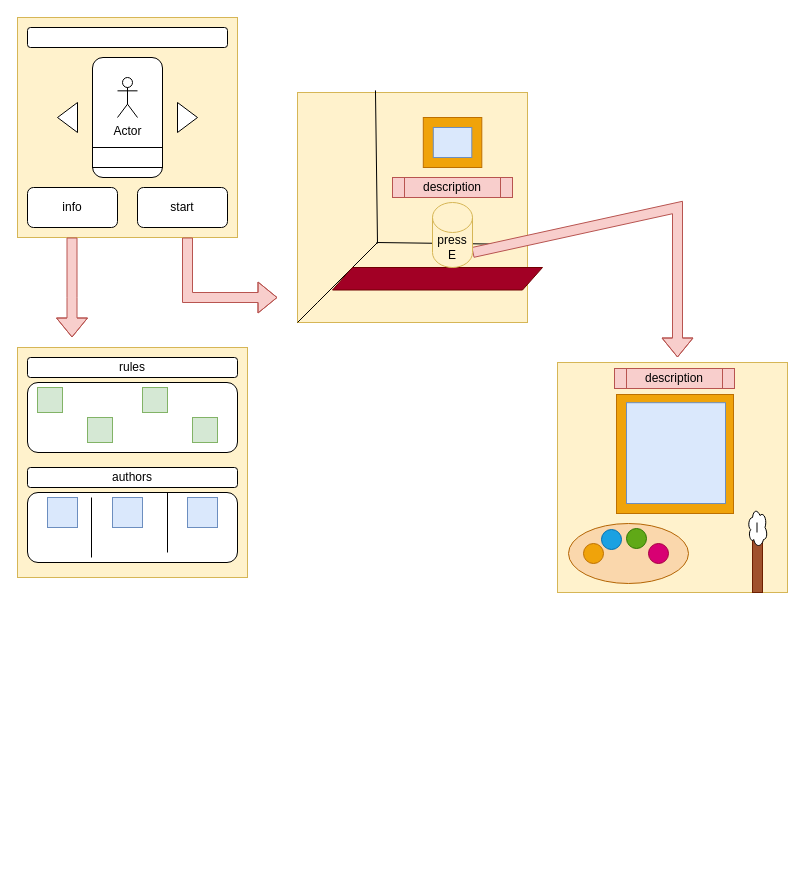
Earlier version of the draw.io diagram Untitled Diagram.drawio (MarusovAlexei/Acon). Source tidied: cells renumbered, new cells numbered last; positions are measured from the earlier drawing's top-left corner, leaving out a move shared by most shapes. Both pictures are drawn from the tidied source at 100%, with x=0, y=0 at pixel (17, 17).
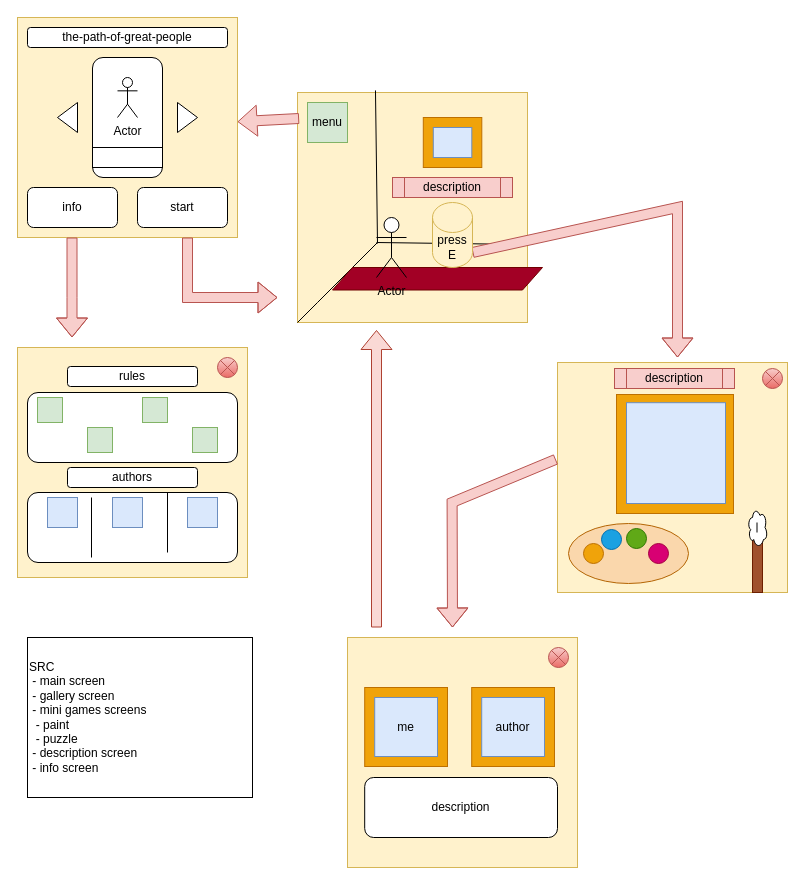
The same diagram, later.

The change refers to these unchanged cells:
```xml
<mxCell id="2" style="whiteSpace=wrap;html=1;fillColor=#fff2cc;strokeColor=#d6b656;" parent="1" vertex="1">
  <mxGeometry width="220" height="220" as="geometry" />
</mxCell>
<mxCell id="14" style="whiteSpace=wrap;html=1;fillColor=#fff2cc;strokeColor=#d6b656;" parent="1" vertex="1">
  <mxGeometry x="280" y="75" width="230" height="230" as="geometry" />
</mxCell>
<mxCell id="34" style="whiteSpace=wrap;html=1;fillColor=#fff2cc;strokeColor=#d6b656;" parent="1" vertex="1">
  <mxGeometry x="540" y="345" width="230" height="230" as="geometry" />
</mxCell>
```

Diff of the diagram source:
```diff
@@
-    <mxCell id="4" style="rounded=1;whiteSpace=wrap;html=1;" parent="1" vertex="1">
+    <mxCell id="4" value="the-path-of-great-people" style="rounded=1;whiteSpace=wrap;html=1;" parent="1" vertex="1">
       <mxGeometry x="10" y="10" width="200" height="20" as="geometry" />
     </mxCell>
@@
     <mxCell id="15" style="rounded=1;whiteSpace=wrap;html=1;" parent="1" vertex="1">
-      <mxGeometry x="10" y="365" width="210" height="70" as="geometry" />
+      <mxGeometry x="10" y="375" width="210" height="70" as="geometry" />
     </mxCell>
@@
     <mxCell id="22" value="authors" style="rounded=1;whiteSpace=wrap;html=1;" parent="1" vertex="1">
-      <mxGeometry x="10" y="450" width="210" height="20" as="geometry" />
+      <mxGeometry x="50" y="450" width="130" height="20" as="geometry" />
     </mxCell>
     <mxCell id="23" value="rules" style="rounded=1;whiteSpace=wrap;html=1;" parent="1" vertex="1">
-      <mxGeometry x="10" y="340" width="210" height="20" as="geometry" />
+      <mxGeometry x="50" y="349" width="130" height="20" as="geometry" />
     </mxCell>
-    <mxCell id="24" style="whiteSpace=wrap;html=1;fillColor=#d5e8d4;strokeColor=#82b366;" parent="1" vertex="1">
-      <mxGeometry x="20" y="370" width="25" height="25" as="geometry" />
-    </mxCell>
-    <mxCell id="25" style="whiteSpace=wrap;html=1;fillColor=#d5e8d4;strokeColor=#82b366;" parent="1" vertex="1">
-      <mxGeometry x="70" y="400" width="25" height="25" as="geometry" />
-    </mxCell>
     <mxCell id="26" style="whiteSpace=wrap;html=1;fillColor=#d5e8d4;strokeColor=#82b366;" parent="1" vertex="1">
-      <mxGeometry x="125" y="370" width="25" height="25" as="geometry" />
+      <mxGeometry x="125" y="380" width="25" height="25" as="geometry" />
     </mxCell>
     <mxCell id="27" style="whiteSpace=wrap;html=1;fillColor=#d5e8d4;strokeColor=#82b366;" parent="1" vertex="1">
-      <mxGeometry x="175" y="400" width="25" height="25" as="geometry" />
+      <mxGeometry x="175" y="410" width="25" height="25" as="geometry" />
     </mxCell>
@@
+    <mxCell id="50" value="SRC&amp;nbsp;&lt;br&gt;&lt;span style=&quot;&quot;&gt; &lt;/span&gt;&lt;span style=&quot;white-space: pre;&quot;&gt; &lt;/span&gt;- main screen&lt;br&gt;&lt;span style=&quot;&quot;&gt; &lt;/span&gt;&lt;span style=&quot;white-space: pre;&quot;&gt; &lt;/span&gt;-&amp;nbsp;gallery screen&lt;br&gt;&lt;span style=&quot;white-space: pre;&quot;&gt; &lt;/span&gt;- mini games screens&lt;br&gt;&lt;span style=&quot;white-space: pre;&quot;&gt; &lt;/span&gt;&lt;span style=&quot;white-space: pre;&quot;&gt; &lt;/span&gt;- paint&lt;br&gt;&lt;span style=&quot;white-space: pre;&quot;&gt; &lt;/span&gt;&lt;span style=&quot;white-space: pre;&quot;&gt; &lt;/span&gt;- puzzle&lt;br&gt;&lt;span style=&quot;white-space: pre;&quot;&gt; &lt;/span&gt;- description screen&lt;br&gt;&lt;span style=&quot;white-space: pre;&quot;&gt; &lt;/span&gt;- info screen" style="rounded=0;whiteSpace=wrap;html=1;align=left;" parent="1" vertex="1">
+      <mxGeometry x="10" y="620" width="225" height="160" as="geometry" />
+    </mxCell>
+    <mxCell id="51" value="Actor" style="shape=umlActor;verticalLabelPosition=bottom;verticalAlign=top;html=1;" parent="1" vertex="1">
+      <mxGeometry x="359" y="200" width="30" height="60" as="geometry" />
+    </mxCell>
+    <mxCell id="52" style="shape=flexArrow;endArrow=classic;html=1;rounded=0;fillColor=#f8cecc;strokeColor=#b85450;exitX=-0.007;exitY=0.421;exitDx=0;exitDy=0;exitPerimeter=0;" parent="1" edge="1" source="34">
+      <mxGeometry relative="1" as="geometry">
+        <mxPoint x="435" y="610" as="targetPoint" />
+        <Array as="points">
+          <mxPoint x="434.6" y="485" />
+        </Array>
+      </mxGeometry>
+    </mxCell>
+    <mxCell id="53" style="whiteSpace=wrap;html=1;fillColor=#fff2cc;strokeColor=#d6b656;" parent="1" vertex="1">
+      <mxGeometry x="330" y="620" width="230" height="230" as="geometry" />
+    </mxCell>
+    <mxCell id="54" style="rounded=0;whiteSpace=wrap;html=1;fillColor=#f0a30a;strokeColor=#BD7000;fontColor=#000000;" parent="1" vertex="1">
+      <mxGeometry x="347.2" y="670" width="82.8" height="79" as="geometry" />
+    </mxCell>
+    <mxCell id="55" value="me" style="rounded=0;whiteSpace=wrap;html=1;fillColor=#dae8fc;strokeColor=#6c8ebf;" parent="1" vertex="1">
+      <mxGeometry x="357.2" y="680" width="62.8" height="59" as="geometry" />
+    </mxCell>
+    <mxCell id="56" style="rounded=0;whiteSpace=wrap;html=1;fillColor=#f0a30a;strokeColor=#BD7000;fontColor=#000000;" parent="1" vertex="1">
+      <mxGeometry x="454.2" y="670" width="82.8" height="79" as="geometry" />
+    </mxCell>
+    <mxCell id="57" value="author" style="rounded=0;whiteSpace=wrap;html=1;fillColor=#dae8fc;strokeColor=#6c8ebf;" parent="1" vertex="1">
+      <mxGeometry x="464.2" y="680" width="62.8" height="59" as="geometry" />
+    </mxCell>
+    <mxCell id="58" value="description" style="rounded=1;whiteSpace=wrap;html=1;" parent="1" vertex="1">
+      <mxGeometry x="347.2" y="760" width="192.8" height="60" as="geometry" />
+    </mxCell>
+    <mxCell id="59" style="shape=flexArrow;endArrow=classic;html=1;rounded=0;fillColor=#fad9d5;strokeColor=#ae4132;" parent="1" edge="1">
+      <mxGeometry relative="1" as="geometry">
+        <mxPoint x="359" y="610" as="sourcePoint" />
+        <mxPoint x="359" y="312.5" as="targetPoint" />
+      </mxGeometry>
+    </mxCell>
+    <mxCell id="60" value="menu" style="whiteSpace=wrap;html=1;fillColor=#d5e8d4;strokeColor=#82b366;" parent="1" vertex="1">
+      <mxGeometry x="290" y="85" width="40" height="40" as="geometry" />
+    </mxCell>
+    <mxCell id="61" style="shape=flexArrow;endArrow=classic;html=1;rounded=0;exitX=0.007;exitY=0.113;exitDx=0;exitDy=0;exitPerimeter=0;fillColor=#f8cecc;strokeColor=#b85450;" parent="1" edge="1" source="14" target="2">
+      <mxGeometry relative="1" as="geometry" />
+    </mxCell>
+    <mxCell id="62" style="whiteSpace=wrap;html=1;fillColor=#d5e8d4;strokeColor=#82b366;" parent="1" vertex="1">
+      <mxGeometry x="20" y="380" width="25" height="25" as="geometry" />
+    </mxCell>
+    <mxCell id="63" style="whiteSpace=wrap;html=1;fillColor=#d5e8d4;strokeColor=#82b366;" parent="1" vertex="1">
+      <mxGeometry x="70" y="410" width="25" height="25" as="geometry" />
+    </mxCell>
+    <mxCell id="64" style="shape=sumEllipse;perimeter=ellipsePerimeter;whiteSpace=wrap;html=1;backgroundOutline=1;fillColor=#f8cecc;gradientColor=#ea6b66;strokeColor=#b85450;" parent="1" vertex="1">
+      <mxGeometry x="200" y="340" width="20" height="20" as="geometry" />
+    </mxCell>
+    <mxCell id="65" style="shape=sumEllipse;perimeter=ellipsePerimeter;whiteSpace=wrap;html=1;backgroundOutline=1;fillColor=#f8cecc;gradientColor=#ea6b66;strokeColor=#b85450;" parent="1" vertex="1">
+      <mxGeometry x="745" y="351" width="20" height="20" as="geometry" />
+    </mxCell>
+    <mxCell id="66" style="shape=sumEllipse;perimeter=ellipsePerimeter;whiteSpace=wrap;html=1;backgroundOutline=1;fillColor=#f8cecc;gradientColor=#ea6b66;strokeColor=#b85450;" parent="1" vertex="1">
+      <mxGeometry x="531" y="630" width="20" height="20" as="geometry" />
+    </mxCell>
```
